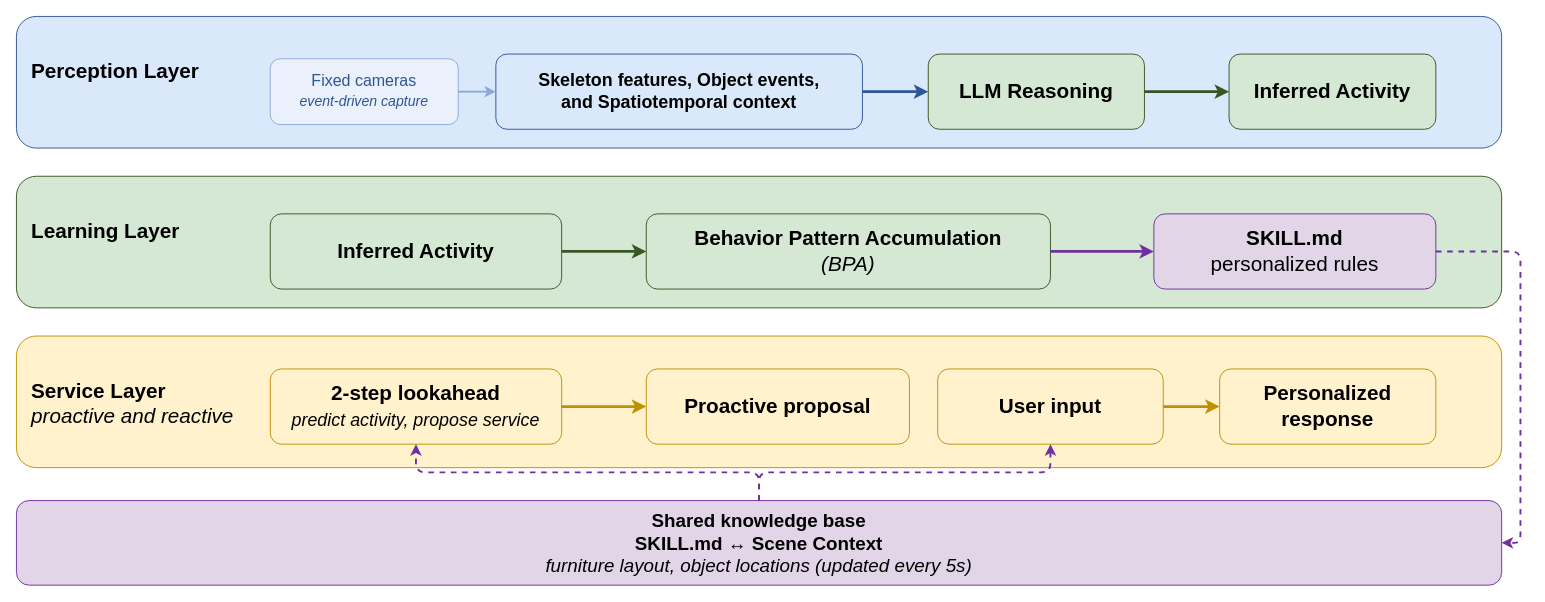
This is drawch3/3.1_system_overview.drawio from wenny2377/pythonBackend3, a draw.io file, before an edit. Source tidied: cells renumbered, new cells numbered last; positions are measured from the earlier drawing's top-left corner, leaving out a move shared by most shapes. Both pictures are drawn from the tidied source at 94%, with x=0, y=0 at pixel (16, 16).
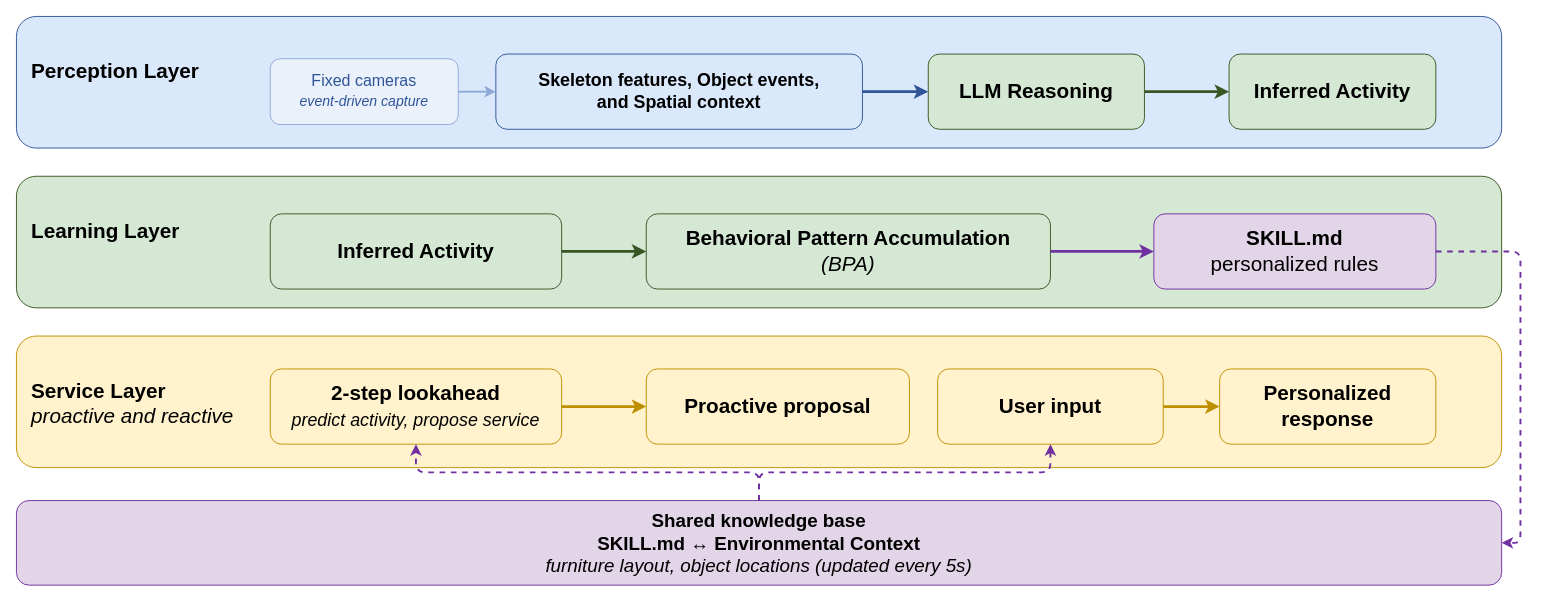
After the change.

Diff of the diagram source:
```diff
@@
-    <mxCell id="4" value="Skeleton features, Object events,&lt;br&gt;and Spatiotemporal context" style="rounded=1;whiteSpace=wrap;html=1;fillColor=#dae8fc;strokeColor=#2f5597;fontColor=#000000;fontSize=19;fontStyle=1;" parent="1" vertex="1">
+    <mxCell id="4" value="Skeleton features, Object events,&lt;br&gt;and Spatial context" style="rounded=1;whiteSpace=wrap;html=1;fillColor=#dae8fc;strokeColor=#2f5597;fontColor=#000000;fontSize=19;fontStyle=1;" parent="1" vertex="1">
       <mxGeometry x="510" y="40" width="390" height="80" as="geometry" />
     </mxCell>
@@
-    <mxCell id="12" value="Behavior Pattern Accumulation&lt;br&gt;&lt;i style=&quot;font-weight: normal;&quot;&gt;(BPA)&lt;/i&gt;" style="rounded=1;whiteSpace=wrap;html=1;fillColor=#d5e8d4;strokeColor=#375623;fontColor=#000000;fontSize=22;fontStyle=1;" parent="1" vertex="1">
+    <mxCell id="12" value="Behavioral Pattern Accumulation&lt;br&gt;&lt;i style=&quot;font-weight: normal;&quot;&gt;(BPA)&lt;/i&gt;" style="rounded=1;whiteSpace=wrap;html=1;fillColor=#d5e8d4;strokeColor=#375623;fontColor=#000000;fontSize=22;fontStyle=1;" parent="1" vertex="1">
       <mxGeometry x="670" y="210" width="430" height="80" as="geometry" />
     </mxCell>
@@
-    <mxCell id="23" value="Shared knowledge base&lt;br&gt;SKILL.md &amp;#8596; Scene Context&lt;br&gt;&lt;i style=&quot;font-weight: normal;&quot;&gt;furniture layout, object locations (updated every 5s)&lt;/i&gt;" style="rounded=1;whiteSpace=wrap;html=1;fillColor=#e1d5e7;strokeColor=#7030a0;fontColor=#000000;fontSize=20;fontStyle=1;" parent="1" vertex="1">
+    <mxCell id="23" value="Shared knowledge base&lt;br&gt;SKILL.md ↔&amp;nbsp;Environmental Context&lt;br&gt;&lt;i style=&quot;font-weight: normal;&quot;&gt;furniture layout, object locations (updated every 5s)&lt;/i&gt;" style="rounded=1;whiteSpace=wrap;html=1;fillColor=#e1d5e7;strokeColor=#7030a0;fontColor=#000000;fontSize=20;fontStyle=1;" parent="1" vertex="1">
       <mxGeometry y="515" width="1580" height="90" as="geometry" />
     </mxCell>
```
